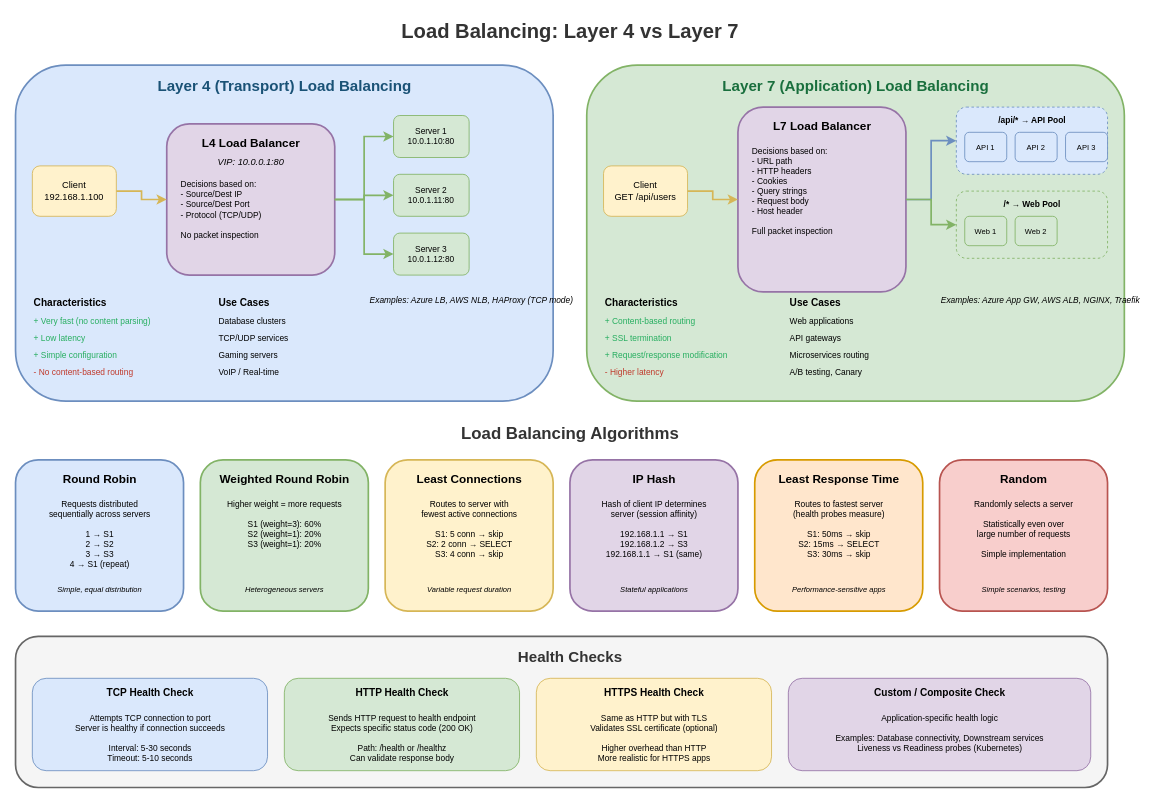
Above: lesson-07-networking/diagrams/3.1-load-balancing-types.drawio in MrParkerZ7/document-lesson-software-architect-x-claude (draw.io), before the change. Source tidied: cells renumbered, new cells numbered last; positions are measured from the earlier drawing's top-left corner, leaving out a move shared by most shapes. Both pictures are drawn from the tidied source at 84%, with x=0, y=0 at pixel (15, 14).
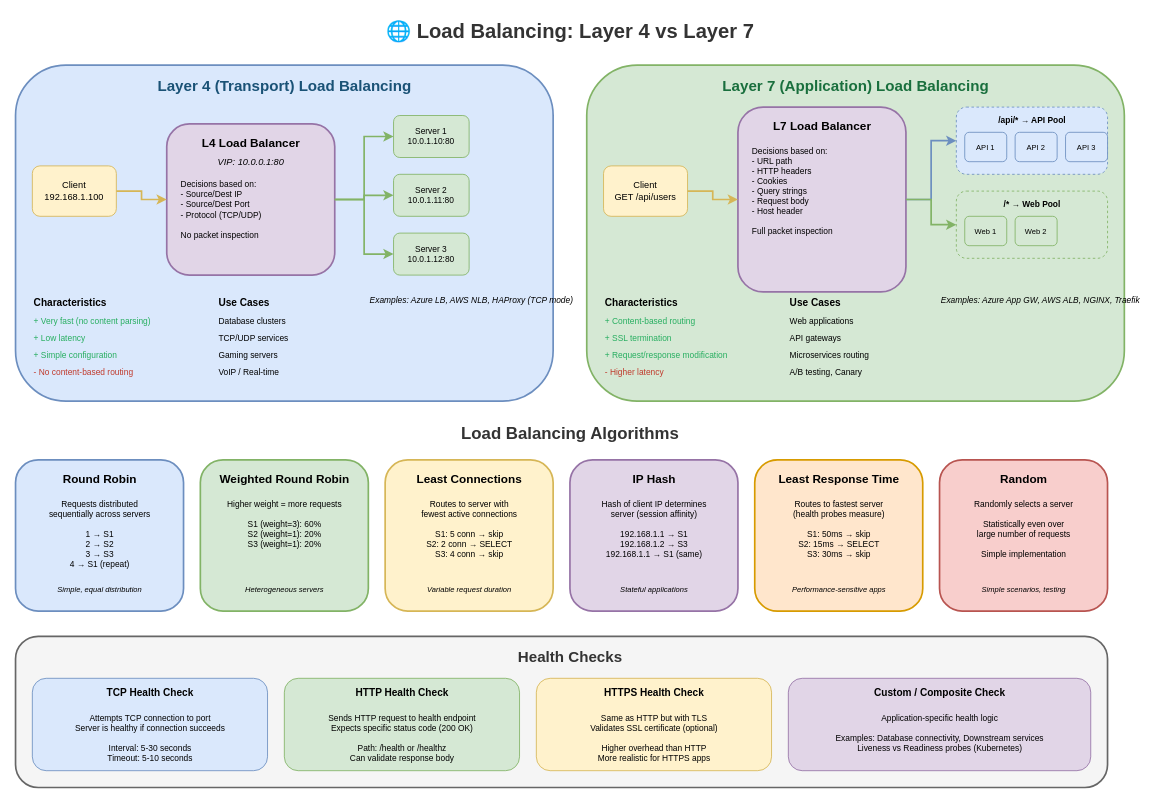
The same page after the edit.

Diff of the diagram source:
```diff
@@
-    <mxCell id="2" value="Load Balancing: Layer 4 vs Layer 7" style="text;html=1;strokeColor=none;fillColor=none;align=center;verticalAlign=middle;fontSize=24;fontStyle=1;fontColor=#333333;" parent="1" vertex="1">
+    <mxCell id="2" value="🌐 Load Balancing: Layer 4 vs Layer 7" style="text;html=1;strokeColor=none;fillColor=none;align=center;verticalAlign=middle;fontSize=24;fontStyle=1;fontColor=#333333;" parent="1" vertex="1">
       <mxGeometry x="410" width="500" height="40" as="geometry" />
     </mxCell>
```
